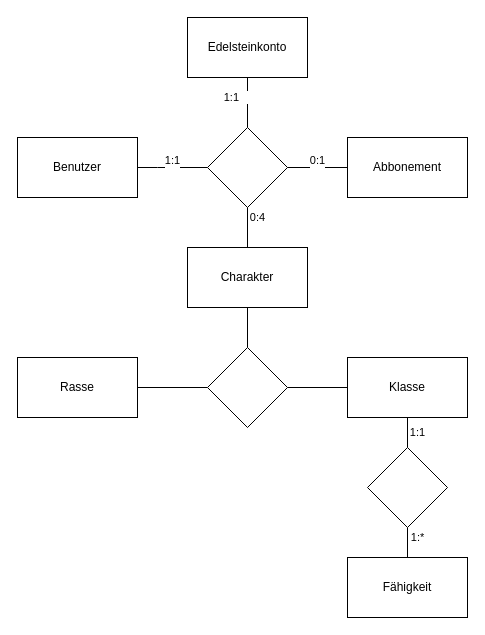
This is Datenbanken_Milan.drawio from mitmirzutun/Datenbanken, a draw.io file, before an edit. Source tidied: cells renumbered, new cells numbered last; positions are measured from the earlier drawing's top-left corner, leaving out a move shared by most shapes. Both pictures are drawn from the tidied source at 100%, with x=0, y=0 at pixel (17, 17).
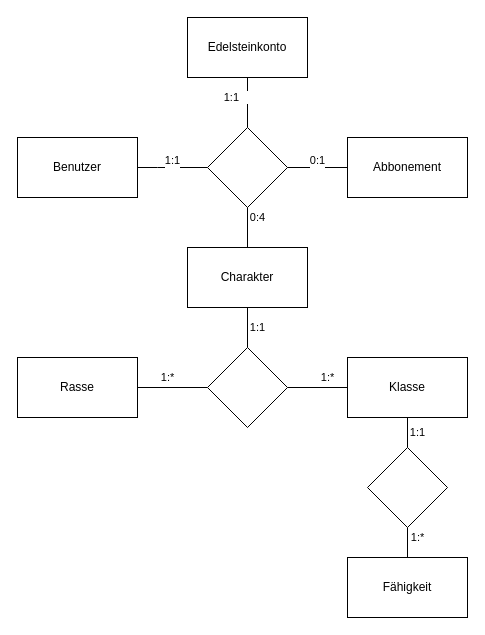
The same diagram, later.

The change refers to these unchanged cells:
```xml
<mxCell id="10" value="Charakter" style="rounded=0;whiteSpace=wrap;html=1;" parent="1" vertex="1">
  <mxGeometry x="170" y="230" width="120" height="60" as="geometry" />
</mxCell>
<mxCell id="11" value="Rasse" style="rounded=0;whiteSpace=wrap;html=1;" parent="1" vertex="1">
  <mxGeometry y="340" width="120" height="60" as="geometry" />
</mxCell>
<mxCell id="13" value="Klasse" style="rounded=0;whiteSpace=wrap;html=1;" parent="1" vertex="1">
  <mxGeometry x="330" y="340" width="120" height="60" as="geometry" />
</mxCell>
<mxCell id="19" style="rhombus;whiteSpace=wrap;html=1;" parent="1" vertex="1">
  <mxGeometry x="190" y="330" width="80" height="80" as="geometry" />
</mxCell>
```

Change to the diagram source:
```diff
@@
-    <mxCell id="14" style="endArrow=none;html=1;entryX=0;entryY=0.5;entryDx=0;entryDy=0;exitX=1;exitY=0.5;exitDx=0;exitDy=0;" parent="1" edge="1" source="19" target="13">
-      <mxGeometry relative="1" as="geometry" />
+    <mxCell id="14" value="1:*" style="endArrow=none;html=1;entryX=0;entryY=0.5;entryDx=0;entryDy=0;exitX=1;exitY=0.5;exitDx=0;exitDy=0;" parent="1" edge="1" source="19" target="13">
+      <mxGeometry x="0.33" y="10" relative="1" as="geometry" />
     </mxCell>
@@
-    <mxCell id="16" style="endArrow=none;html=1;entryX=0;entryY=0.5;entryDx=0;entryDy=0;exitX=1;exitY=0.5;exitDx=0;exitDy=0;" parent="1" edge="1" source="11" target="19">
-      <mxGeometry relative="1" as="geometry" />
+    <mxCell id="16" value="1:*" style="endArrow=none;html=1;entryX=0;entryY=0.5;entryDx=0;entryDy=0;exitX=1;exitY=0.5;exitDx=0;exitDy=0;" parent="1" edge="1" source="11" target="19">
+      <mxGeometry x="-0.14" y="10" relative="1" as="geometry" />
     </mxCell>
@@
-    <mxCell id="20" style="endArrow=none;html=1;entryX=0.5;entryY=0;entryDx=0;entryDy=0;exitX=0.5;exitY=1;exitDx=0;exitDy=0;" parent="1" edge="1" source="10" target="19">
-      <mxGeometry relative="1" as="geometry" />
+    <mxCell id="20" value="1:1" style="endArrow=none;html=1;entryX=0.5;entryY=0;entryDx=0;entryDy=0;exitX=0.5;exitY=1;exitDx=0;exitDy=0;" parent="1" edge="1" source="10" target="19">
+      <mxGeometry y="10" relative="1" as="geometry" />
     </mxCell>
```
